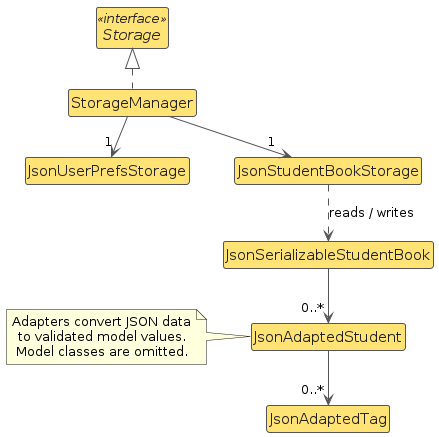
Earlier version of the PlantUML export diagrams/StorageClassDiagram.png (AY2627S1-CS2103T-T16-1/tp). Its source is kept beside it as diagrams/StorageClassDiagram.puml.
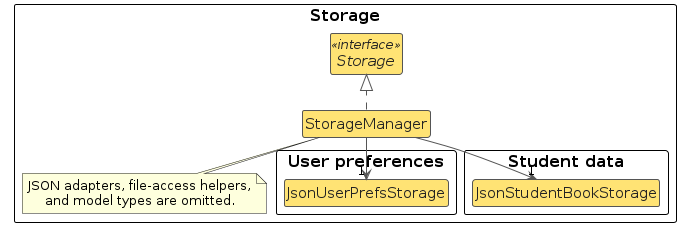
Later version of the same file.

The edit, as a diff of the source:
```diff
@@ -9,24 +9,23 @@
 skinparam nodesep 45
 skinparam ranksep 40
 
+!pragma layout smetana
+package "Storage" as StorageComponent {
 interface Storage <<interface>>
 class StorageManager
+package "User preferences" {
 class JsonUserPrefsStorage
+}
+package "Student data" {
 class JsonStudentBookStorage
-class JsonSerializableStudentBook
-class JsonAdaptedStudent
-class JsonAdaptedTag
+}
 
 StorageManager .up.|> Storage
 StorageManager --> "1" JsonUserPrefsStorage
 StorageManager --> "1" JsonStudentBookStorage
-JsonStudentBookStorage ..> JsonSerializableStudentBook : reads / writes
-JsonSerializableStudentBook --> "0..*" JsonAdaptedStudent
-JsonAdaptedStudent --> "0..*" JsonAdaptedTag
-
-note left of JsonAdaptedStudent
-  Adapters convert JSON data
-  to validated model values.
-  Model classes are omitted.
+note bottom of StorageManager
+  JSON adapters, file-access helpers,
+  and model types are omitted.
 end note
+}
 @enduml
```
